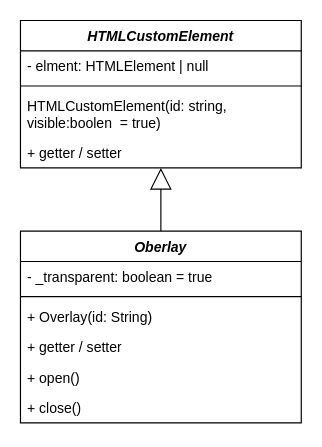
Before: docs/issue/134-diagram.drawio in elma1989/el-pollo-loco, a draw.io diagram. Source tidied: cells renumbered, new cells numbered last; positions are measured from the earlier drawing's top-left corner, leaving out a move shared by most shapes. Both pictures are drawn from the tidied source at 117%, with x=0, y=0 at pixel (20, 20).
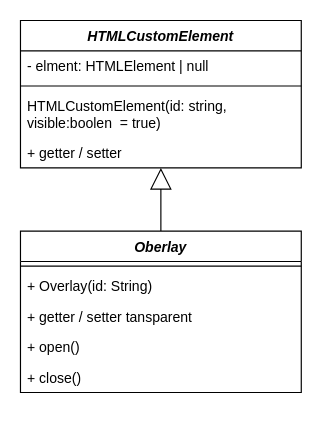
The same page after the edit.

Commit message (it also covers changes not shown here):
doc: Updated classes.drawio - Updated Overlay to current state

What changed in the source:
```diff
@@
 <mxGraphModel>
   <root>
     <mxCell id="0" />
     <mxCell id="1" parent="0" />
     <mxCell id="2" value="Oberlay" style="swimlane;fontStyle=3;align=center;verticalAlign=top;horizontal=1;startSize=26;whiteSpace=wrap;html=1;" parent="1" vertex="1">
-      <mxGeometry y="180" width="240" height="164" as="geometry" />
+      <mxGeometry y="180" width="240" height="138" as="geometry" />
     </mxCell>
-    <mxCell id="3" value="- _transparent: boolean = true" style="text;strokeColor=none;fillColor=none;align=left;verticalAlign=top;spacingLeft=4;spacingRight=4;overflow=hidden;whiteSpace=wrap;html=1;" parent="2" vertex="1">
-      <mxGeometry y="26" width="240" height="26" as="geometry" />
-    </mxCell>
     <mxCell id="4" style="line;strokeWidth=1;fillColor=none;align=left;verticalAlign=middle;spacingTop=-1;spacingLeft=3;spacingRight=3;labelPosition=right;strokeColor=inherit;" parent="2" vertex="1">
-      <mxGeometry y="52" width="240" height="8" as="geometry" />
+      <mxGeometry y="26" width="240" height="8" as="geometry" />
     </mxCell>
     <mxCell id="5" value="+ Overlay(id: String)" style="text;strokeColor=none;fillColor=none;align=left;verticalAlign=top;spacingLeft=4;spacingRight=4;overflow=hidden;whiteSpace=wrap;html=1;" parent="2" vertex="1">
-      <mxGeometry y="60" width="240" height="26" as="geometry" />
+      <mxGeometry y="34" width="240" height="26" as="geometry" />
     </mxCell>
-    <mxCell id="6" value="+ getter / setter" style="text;strokeColor=none;fillColor=none;align=left;verticalAlign=top;spacingLeft=4;spacingRight=4;overflow=hidden;whiteSpace=wrap;html=1;" parent="2" vertex="1">
-      <mxGeometry y="86" width="240" height="26" as="geometry" />
+    <mxCell id="6" value="+ getter / setter tansparent" style="text;strokeColor=none;fillColor=none;align=left;verticalAlign=top;spacingLeft=4;spacingRight=4;overflow=hidden;whiteSpace=wrap;html=1;" parent="2" vertex="1">
+      <mxGeometry y="60" width="240" height="26" as="geometry" />
     </mxCell>
     <mxCell id="7" value="+ open()" style="text;strokeColor=none;fillColor=none;align=left;verticalAlign=top;spacingLeft=4;spacingRight=4;overflow=hidden;whiteSpace=wrap;html=1;" parent="2" vertex="1">
-      <mxGeometry y="112" width="240" height="26" as="geometry" />
+      <mxGeometry y="86" width="240" height="26" as="geometry" />
     </mxCell>
     <mxCell id="8" value="+ close()" style="text;strokeColor=none;fillColor=none;align=left;verticalAlign=top;spacingLeft=4;spacingRight=4;overflow=hidden;whiteSpace=wrap;html=1;" parent="2" vertex="1">
-      <mxGeometry y="138" width="240" height="26" as="geometry" />
+      <mxGeometry y="112" width="240" height="26" as="geometry" />
     </mxCell>
     <mxCell id="9" value="HTMLCustomElement" style="swimlane;fontStyle=3;align=center;verticalAlign=top;horizontal=1;startSize=26;whiteSpace=wrap;html=1;" parent="1" vertex="1">
       <mxGeometry width="240" height="126" as="geometry" />
     </mxCell>
     <mxCell id="10" value="- elment: HTMLElement | null" style="text;strokeColor=none;fillColor=none;align=left;verticalAlign=top;spacingLeft=4;spacingRight=4;overflow=hidden;whiteSpace=wrap;html=1;" parent="9" vertex="1">
       <mxGeometry y="26" width="240" height="26" as="geometry" />
     </mxCell>
     <mxCell id="11" style="line;strokeWidth=1;fillColor=none;align=left;verticalAlign=middle;spacingTop=-1;spacingLeft=3;spacingRight=3;labelPosition=right;strokeColor=inherit;" parent="9" vertex="1">
       <mxGeometry y="52" width="240" height="8" as="geometry" />
     </mxCell>
     <mxCell id="12" value="HTMLCustomElement(id: string, visible:boolen&amp;nbsp; = true)" style="text;strokeColor=none;fillColor=none;align=left;verticalAlign=top;spacingLeft=4;spacingRight=4;overflow=hidden;whiteSpace=wrap;html=1;" parent="9" vertex="1">
       <mxGeometry y="60" width="240" height="40" as="geometry" />
     </mxCell>
     <mxCell id="13" value="+ getter / setter" style="text;strokeColor=none;fillColor=none;align=left;verticalAlign=top;spacingLeft=4;spacingRight=4;overflow=hidden;whiteSpace=wrap;html=1;" parent="9" vertex="1">
       <mxGeometry y="100" width="240" height="26" as="geometry" />
     </mxCell>
     <mxCell id="14" style="endArrow=block;endSize=16;endFill=0;html=1;rounded=0;" parent="1" edge="1" source="2" target="9">
       <mxGeometry relative="1" as="geometry" />
     </mxCell>
   </root>
 </mxGraphModel>
```
